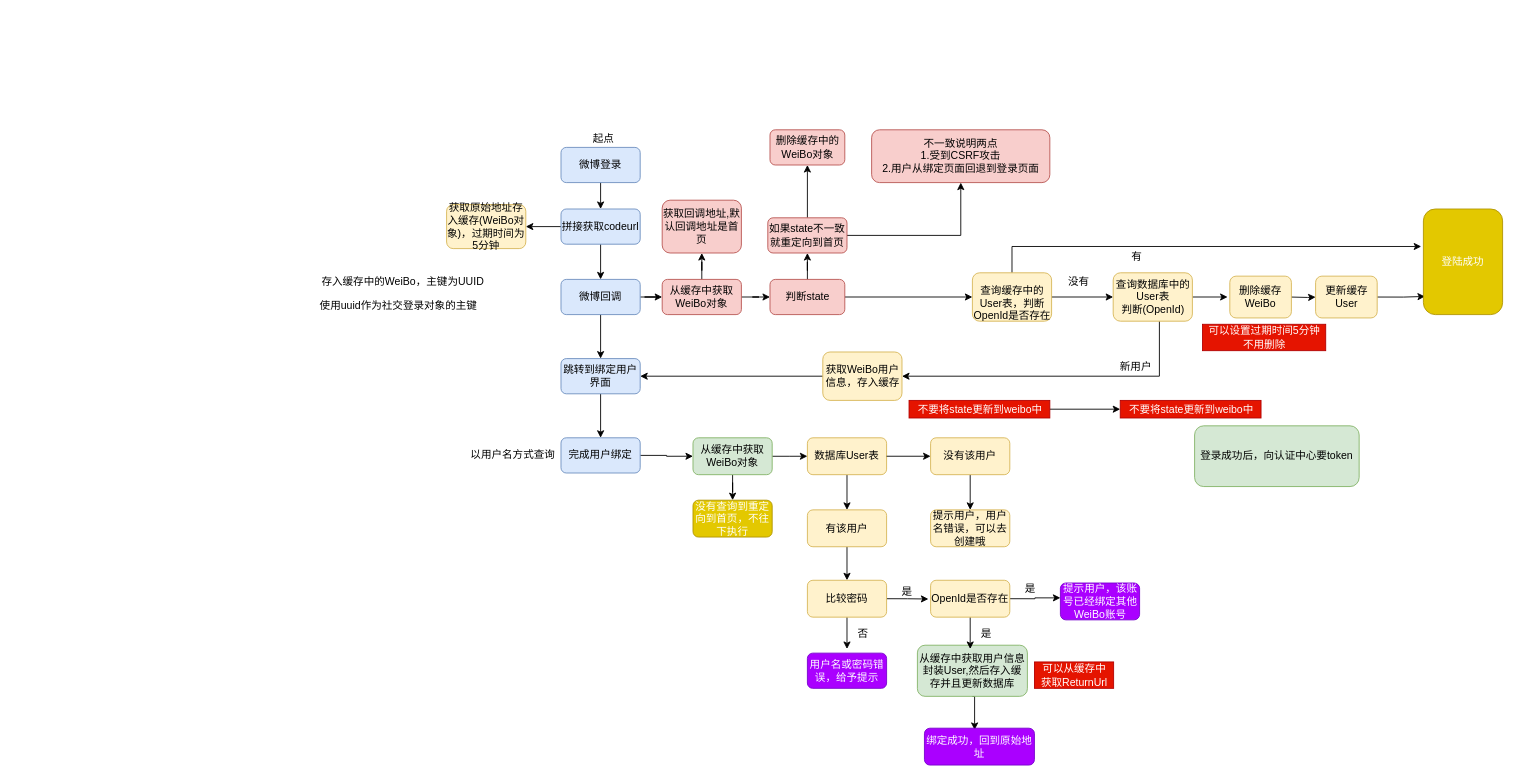
This is 用户登录流程图.drawio from guangyang1314666/passport, a draw.io file, before an edit. Source tidied: cells renumbered, new cells numbered last; positions are measured from the earlier drawing's top-left corner, leaving out a move shared by most shapes. Both pictures are drawn from the tidied source at 88%, with x=0, y=0 at pixel (314, 129).
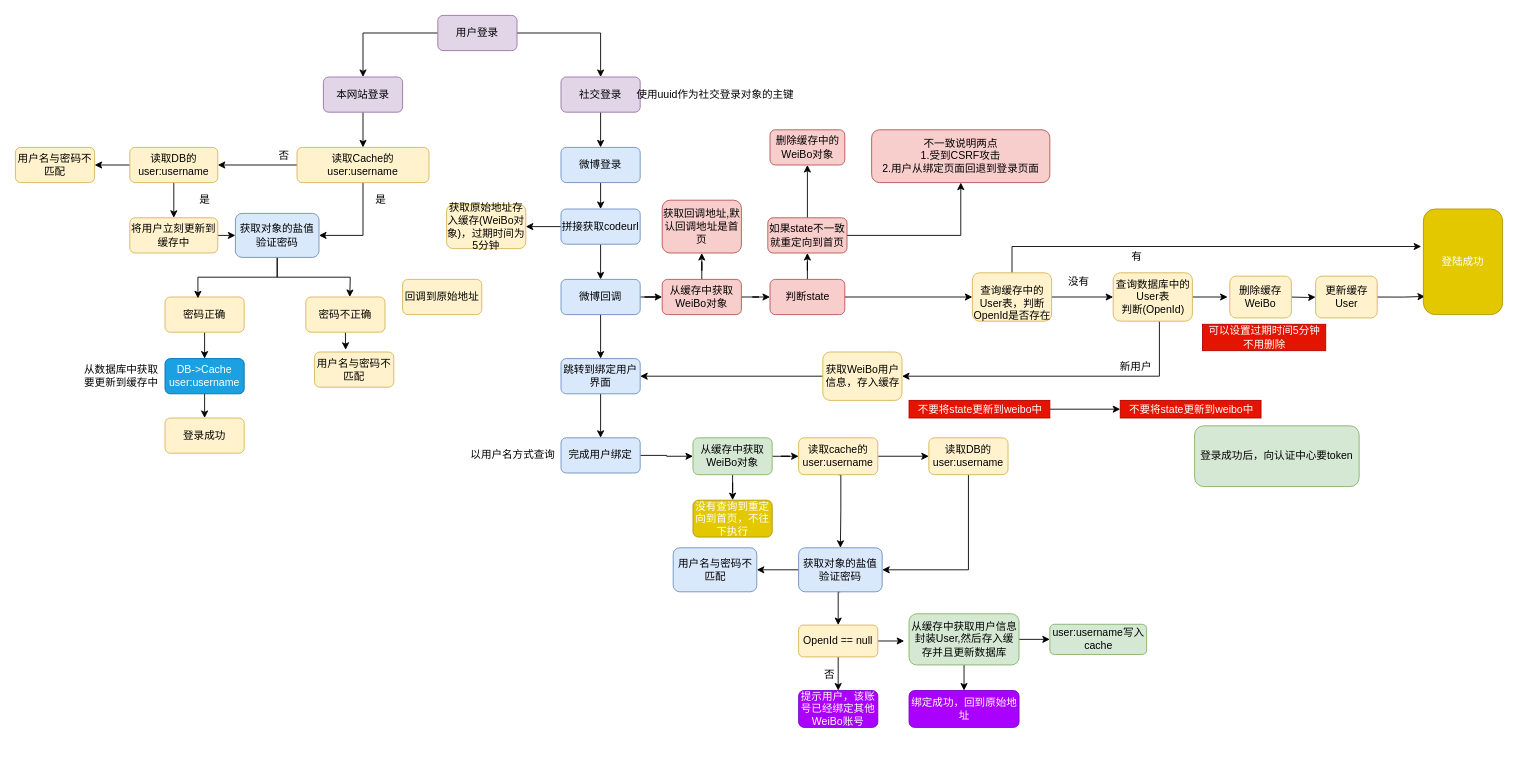
The same diagram, later.

The change refers to these unchanged cells:
```xml
<mxCell id="3" value="微博登录" style="rounded=1;whiteSpace=wrap;html=1;fillColor=#dae8fc;strokeColor=#6c8ebf;" parent="1" vertex="1">
  <mxGeometry x="280" y="20" width="90" height="40" as="geometry" />
</mxCell>
<mxCell id="50" value="从缓存中获取WeiBo对象&lt;br&gt;" style="rounded=1;whiteSpace=wrap;html=1;fillColor=#d5e8d4;strokeColor=#82b366;direction=west;" parent="1" vertex="1">
  <mxGeometry x="430" y="350" width="90" height="41.9" as="geometry" />
</mxCell>
```

What changed in the source:
```diff
@@
-    <mxCell id="30" value="起点" style="text;html=1;align=center;verticalAlign=middle;" parent="1" vertex="1">
-      <mxGeometry x="308" width="40" height="20" as="geometry" />
-    </mxCell>
@@
-    <mxCell id="41" style="edgeStyle=orthogonalEdgeStyle;rounded=0;jettySize=auto;html=1;exitX=0.5;exitY=0;exitDx=0;exitDy=0;startFill=0;" parent="1" edge="1" source="42" target="54">
+    <mxCell id="41" style="edgeStyle=orthogonalEdgeStyle;rounded=0;jettySize=auto;html=1;exitX=0.5;exitY=0;exitDx=0;exitDy=0;startFill=0;entryX=1;entryY=0.5;entryDx=0;entryDy=0;" parent="1" edge="1" source="42" target="115">
       <mxGeometry relative="1" as="geometry" />
     </mxCell>
-    <mxCell id="42" value="数据库User表" style="rounded=1;whiteSpace=wrap;html=1;fillColor=#fff2cc;strokeColor=#d6b656;direction=west;" parent="1" vertex="1">
-      <mxGeometry x="560" y="350" width="90" height="41.9" as="geometry" />
+    <mxCell id="42" value="读取DB的user:username" style="rounded=1;whiteSpace=wrap;html=1;fillColor=#fff2cc;strokeColor=#d6b656;direction=west;" parent="1" vertex="1">
+      <mxGeometry x="698" y="350" width="90" height="41.9" as="geometry" />
     </mxCell>
-    <mxCell id="43" style="edgeStyle=orthogonalEdgeStyle;rounded=0;jettySize=auto;html=1;startFill=0;" parent="1" edge="1" source="44" target="45">
-      <mxGeometry relative="1" as="geometry" />
-    </mxCell>
-    <mxCell id="44" value="没有该用户" style="rounded=1;whiteSpace=wrap;html=1;fillColor=#fff2cc;strokeColor=#d6b656;direction=west;" parent="1" vertex="1">
-      <mxGeometry x="700" y="350" width="90" height="41.9" as="geometry" />
-    </mxCell>
-    <mxCell id="45" value="提示用户，用户名错误，可以去创建哦" style="rounded=1;whiteSpace=wrap;html=1;fillColor=#fff2cc;strokeColor=#d6b656;direction=west;" parent="1" vertex="1">
-      <mxGeometry x="700" y="431.9" width="90" height="41.9" as="geometry" />
-    </mxCell>
-    <mxCell id="46" style="endArrow=classic;html=1;exitX=0;exitY=0.5;exitDx=0;exitDy=0;entryX=1;entryY=0.5;entryDx=0;entryDy=0;" parent="1" edge="1" source="42" target="44">
-      <mxGeometry relative="1" as="geometry" />
-    </mxCell>
@@
-    <mxCell id="49" style="edgeStyle=orthogonalEdgeStyle;rounded=0;jettySize=auto;html=1;entryX=1;entryY=0.5;entryDx=0;entryDy=0;" parent="1" edge="1" source="50" target="42">
-      <mxGeometry relative="1" as="geometry" />
-    </mxCell>
+    <mxCell id="80" style="edgeStyle=orthogonalEdgeStyle;rounded=0;jettySize=auto;html=1;" parent="1" edge="1" source="50" target="83">
+      <mxGeometry relative="1" as="geometry" />
+    </mxCell>
@@
+    <mxCell id="81" style="edgeStyle=orthogonalEdgeStyle;rounded=0;jettySize=auto;html=1;exitX=0;exitY=0.5;exitDx=0;exitDy=0;entryX=1;entryY=0.5;entryDx=0;entryDy=0;" parent="1" edge="1" source="83" target="42">
+      <mxGeometry relative="1" as="geometry" />
+    </mxCell>
+    <mxCell id="82" style="edgeStyle=orthogonalEdgeStyle;rounded=0;jettySize=auto;html=1;exitX=0.5;exitY=0;exitDx=0;exitDy=0;entryX=0.5;entryY=0;entryDx=0;entryDy=0;" parent="1" edge="1" source="83" target="115">
+      <mxGeometry relative="1" as="geometry">
+        <Array as="points">
+          <mxPoint x="598" y="392" />
+          <mxPoint x="598" y="433" />
+          <mxPoint x="598" y="433" />
+        </Array>
+      </mxGeometry>
+    </mxCell>
+    <mxCell id="83" value="&lt;span style=&quot;white-space: normal&quot;&gt;读取cache的user:username&lt;br&gt;&lt;/span&gt;" style="rounded=1;whiteSpace=wrap;html=1;fillColor=#fff2cc;strokeColor=#d6b656;direction=west;" parent="1" vertex="1">
+      <mxGeometry x="550" y="350" width="90" height="41.9" as="geometry" />
+    </mxCell>
@@
-    <mxCell id="52" value="存入缓存中的WeiBo，主键为UUID" style="text;html=1;align=center;verticalAlign=middle;" parent="1" vertex="1">
-      <mxGeometry y="162.5" width="200" height="20" as="geometry" />
-    </mxCell>
-    <mxCell id="53" style="edgeStyle=orthogonalEdgeStyle;rounded=0;jettySize=auto;html=1;exitX=0.5;exitY=0;exitDx=0;exitDy=0;entryX=0.5;entryY=1;entryDx=0;entryDy=0;" parent="1" edge="1" source="54" target="57">
-      <mxGeometry relative="1" as="geometry" />
-    </mxCell>
-    <mxCell id="54" value="有该用户" style="rounded=1;whiteSpace=wrap;html=1;fillColor=#fff2cc;strokeColor=#d6b656;direction=west;" parent="1" vertex="1">
-      <mxGeometry x="560" y="431.9" width="90" height="41.9" as="geometry" />
-    </mxCell>
-    <mxCell id="55" style="edgeStyle=orthogonalEdgeStyle;rounded=0;jettySize=auto;html=1;exitX=0;exitY=0.5;exitDx=0;exitDy=0;" parent="1" edge="1" source="57">
-      <mxGeometry relative="1" as="geometry">
-        <mxPoint x="697.5" y="533.2" as="targetPoint" />
-      </mxGeometry>
-    </mxCell>
-    <mxCell id="56" style="edgeStyle=orthogonalEdgeStyle;rounded=0;jettySize=auto;html=1;exitX=0.5;exitY=0;exitDx=0;exitDy=0;" parent="1" edge="1" source="57">
-      <mxGeometry relative="1" as="geometry">
-        <mxPoint x="605" y="590" as="targetPoint" />
-      </mxGeometry>
-    </mxCell>
-    <mxCell id="57" value="比较密码" style="rounded=1;whiteSpace=wrap;html=1;fillColor=#fff2cc;strokeColor=#d6b656;direction=west;" parent="1" vertex="1">
-      <mxGeometry x="560" y="511.9" width="90" height="41.9" as="geometry" />
-    </mxCell>
-    <mxCell id="58" style="edgeStyle=orthogonalEdgeStyle;rounded=0;jettySize=auto;html=1;exitX=0.5;exitY=0;exitDx=0;exitDy=0;entryX=0.5;entryY=0;entryDx=0;entryDy=0;" parent="1" edge="1" source="59">
-      <mxGeometry relative="1" as="geometry">
-        <mxPoint x="750" y="682" as="targetPoint" />
-      </mxGeometry>
-    </mxCell>
-    <mxCell id="59" value="从缓存中获取用户信息&lt;br&gt;封装User,然后存入缓存并且更新数据库" style="rounded=1;whiteSpace=wrap;html=1;fillColor=#d5e8d4;strokeColor=#82b366;direction=west;" parent="1" vertex="1">
-      <mxGeometry x="685" y="585.7" width="125" height="58.1" as="geometry" />
-    </mxCell>
-    <mxCell id="60" value="绑定成功，回到原始地址" style="rounded=1;whiteSpace=wrap;html=1;fillColor=#aa00ff;strokeColor=#7700CC;direction=west;fontColor=#ffffff;" parent="1" vertex="1">
-      <mxGeometry x="693" y="680" width="125" height="41.9" as="geometry" />
-    </mxCell>
-    <mxCell id="61" value="是" style="text;html=1;align=center;verticalAlign=middle;" parent="1" vertex="1">
-      <mxGeometry x="747.5" y="562.8" width="30" height="20" as="geometry" />
-    </mxCell>
-    <mxCell id="62" value="是" style="text;html=1;align=center;verticalAlign=middle;" parent="1" vertex="1">
-      <mxGeometry x="797.5" y="511.9" width="30" height="20" as="geometry" />
-    </mxCell>
-    <mxCell id="63" value="是" style="text;html=1;align=center;verticalAlign=middle;" parent="1" vertex="1">
-      <mxGeometry x="657.5" y="515" width="30" height="20" as="geometry" />
-    </mxCell>
-    <mxCell id="64" value="提示用户，该账号已经绑定其他WeiBo账号" style="rounded=1;whiteSpace=wrap;html=1;fillColor=#aa00ff;strokeColor=#7700CC;direction=west;fontColor=#ffffff;" parent="1" vertex="1">
-      <mxGeometry x="847.5" y="515" width="90" height="41.9" as="geometry" />
-    </mxCell>
-    <mxCell id="65" value="否" style="text;html=1;align=center;verticalAlign=middle;" parent="1" vertex="1">
-      <mxGeometry x="607.5" y="562.8" width="30" height="20" as="geometry" />
-    </mxCell>
-    <mxCell id="66" style="edgeStyle=orthogonalEdgeStyle;rounded=0;jettySize=auto;html=1;exitX=0.5;exitY=0;exitDx=0;exitDy=0;" parent="1" edge="1" source="68">
-      <mxGeometry relative="1" as="geometry">
-        <mxPoint x="745" y="590" as="targetPoint" />
-      </mxGeometry>
-    </mxCell>
-    <mxCell id="67" style="edgeStyle=orthogonalEdgeStyle;rounded=0;jettySize=auto;html=1;exitX=0;exitY=0.5;exitDx=0;exitDy=0;entryX=1;entryY=0.5;entryDx=0;entryDy=0;" parent="1" edge="1" source="68">
-      <mxGeometry relative="1" as="geometry">
-        <mxPoint x="847.5" y="531.9" as="targetPoint" />
-        <Array as="points">
-          <mxPoint x="818.5" y="533" />
-        </Array>
-      </mxGeometry>
-    </mxCell>
-    <mxCell id="68" value="OpenId是否存在" style="rounded=1;whiteSpace=wrap;html=1;fillColor=#fff2cc;strokeColor=#d6b656;direction=west;" parent="1" vertex="1">
-      <mxGeometry x="700" y="511.9" width="90" height="41.9" as="geometry" />
-    </mxCell>
-    <mxCell id="69" value="用户名或密码错误，给予提示" style="rounded=1;whiteSpace=wrap;html=1;fillColor=#aa00ff;strokeColor=#7700CC;direction=west;fontColor=#ffffff;" parent="1" vertex="1">
-      <mxGeometry x="560" y="594.7" width="90" height="40" as="geometry" />
-    </mxCell>
-    <mxCell id="70" value="使用uuid作为社交登录对象的主键" style="text;html=1;align=center;verticalAlign=middle;" parent="1" vertex="1">
-      <mxGeometry y="190" width="190" height="20" as="geometry" />
-    </mxCell>
@@
-    <mxCell id="74" value="可以从缓存中&lt;br&gt;获取ReturnUrl" style="text;html=1;align=center;verticalAlign=middle;fillColor=#e51400;strokeColor=#B20000;fontColor=#ffffff;" parent="1" vertex="1">
-      <mxGeometry x="818" y="604.7" width="90" height="30" as="geometry" />
-    </mxCell>
@@
+    <mxCell id="84" style="edgeStyle=orthogonalEdgeStyle;rounded=0;jettySize=auto;html=1;exitX=0.5;exitY=1;exitDx=0;exitDy=0;entryX=0.5;entryY=0;entryDx=0;entryDy=0;" parent="1" edge="1" source="85" target="3">
+      <mxGeometry relative="1" as="geometry" />
+    </mxCell>
+    <mxCell id="85" value="社交登录" style="rounded=1;whiteSpace=wrap;html=1;fillColor=#e1d5e7;strokeColor=#9673a6;" parent="1" vertex="1">
+      <mxGeometry x="280" y="-60" width="90" height="40" as="geometry" />
+    </mxCell>
+    <mxCell id="86" style="edgeStyle=orthogonalEdgeStyle;rounded=0;jettySize=auto;html=1;" parent="1" edge="1" source="87" target="90">
+      <mxGeometry relative="1" as="geometry" />
+    </mxCell>
+    <mxCell id="87" value="本网站登录" style="rounded=1;whiteSpace=wrap;html=1;fillColor=#e1d5e7;strokeColor=#9673a6;" parent="1" vertex="1">
+      <mxGeometry x="10" y="-60" width="90" height="40" as="geometry" />
+    </mxCell>
+    <mxCell id="88" style="edgeStyle=orthogonalEdgeStyle;rounded=0;jettySize=auto;html=1;entryX=1;entryY=0.5;entryDx=0;entryDy=0;" parent="1" edge="1" source="90" target="119">
+      <mxGeometry relative="1" as="geometry" />
+    </mxCell>
+    <mxCell id="89" style="edgeStyle=orthogonalEdgeStyle;rounded=0;jettySize=auto;html=1;" parent="1" edge="1" source="90" target="93">
+      <mxGeometry relative="1" as="geometry" />
+    </mxCell>
+    <mxCell id="90" value="读取Cache的user:username" style="rounded=1;whiteSpace=wrap;html=1;fillColor=#fff2cc;strokeColor=#d6b656;" parent="1" vertex="1">
+      <mxGeometry x="-20" y="20" width="150" height="40" as="geometry" />
+    </mxCell>
+    <mxCell id="91" style="edgeStyle=orthogonalEdgeStyle;rounded=0;jettySize=auto;html=1;exitX=0;exitY=0.5;exitDx=0;exitDy=0;entryX=1;entryY=0.5;entryDx=0;entryDy=0;" parent="1" edge="1" source="93" target="96">
+      <mxGeometry relative="1" as="geometry" />
+    </mxCell>
+    <mxCell id="92" style="edgeStyle=orthogonalEdgeStyle;rounded=0;jettySize=auto;html=1;" parent="1" edge="1" source="93" target="95">
+      <mxGeometry relative="1" as="geometry" />
+    </mxCell>
+    <mxCell id="93" value="读取DB的user:username" style="rounded=1;whiteSpace=wrap;html=1;fillColor=#fff2cc;strokeColor=#d6b656;" parent="1" vertex="1">
+      <mxGeometry x="-210" y="20" width="100" height="40" as="geometry" />
+    </mxCell>
+    <mxCell id="94" style="edgeStyle=orthogonalEdgeStyle;rounded=0;jettySize=auto;html=1;exitX=1;exitY=0.5;exitDx=0;exitDy=0;entryX=0;entryY=0.5;entryDx=0;entryDy=0;" parent="1" edge="1" source="95" target="119">
+      <mxGeometry relative="1" as="geometry" />
+    </mxCell>
+    <mxCell id="95" value="将用户立刻更新到缓存中" style="rounded=1;whiteSpace=wrap;html=1;fillColor=#fff2cc;strokeColor=#d6b656;" parent="1" vertex="1">
+      <mxGeometry x="-210" y="100" width="100" height="40" as="geometry" />
+    </mxCell>
+    <mxCell id="96" value="用户名与密码不匹配" style="rounded=1;whiteSpace=wrap;html=1;fillColor=#fff2cc;strokeColor=#d6b656;" parent="1" vertex="1">
+      <mxGeometry x="-340" y="20" width="90" height="40" as="geometry" />
+    </mxCell>
+    <mxCell id="97" style="edgeStyle=orthogonalEdgeStyle;rounded=0;jettySize=auto;html=1;exitX=0.5;exitY=1;exitDx=0;exitDy=0;entryX=0.5;entryY=0;entryDx=0;entryDy=0;" parent="1" edge="1" source="98" target="124">
+      <mxGeometry relative="1" as="geometry" />
+    </mxCell>
+    <mxCell id="98" value="密码正确" style="rounded=1;whiteSpace=wrap;html=1;fillColor=#fff2cc;strokeColor=#d6b656;" parent="1" vertex="1">
+      <mxGeometry x="-170" y="190" width="90" height="40" as="geometry" />
+    </mxCell>
+    <mxCell id="99" value="登录成功" style="rounded=1;whiteSpace=wrap;html=1;fillColor=#fff2cc;strokeColor=#d6b656;" parent="1" vertex="1">
+      <mxGeometry x="-170" y="327.5" width="90" height="40" as="geometry" />
+    </mxCell>
+    <mxCell id="100" style="edgeStyle=orthogonalEdgeStyle;rounded=0;jettySize=auto;html=1;exitX=1;exitY=0.5;exitDx=0;exitDy=0;entryX=0.5;entryY=0;entryDx=0;entryDy=0;" parent="1" edge="1" source="102" target="85">
+      <mxGeometry relative="1" as="geometry" />
+    </mxCell>
+    <mxCell id="101" style="edgeStyle=orthogonalEdgeStyle;rounded=0;jettySize=auto;html=1;exitX=0;exitY=0.5;exitDx=0;exitDy=0;entryX=0.5;entryY=0;entryDx=0;entryDy=0;" parent="1" edge="1" source="102" target="87">
+      <mxGeometry relative="1" as="geometry" />
+    </mxCell>
+    <mxCell id="102" value="用户登录" style="rounded=1;whiteSpace=wrap;html=1;fillColor=#e1d5e7;strokeColor=#9673a6;" parent="1" vertex="1">
+      <mxGeometry x="140" y="-130" width="90" height="40" as="geometry" />
+    </mxCell>
+    <mxCell id="70" value="使用uuid作为社交登录对象的主键" style="text;html=1;align=center;verticalAlign=middle;" parent="1" vertex="1">
+      <mxGeometry x="360" y="-50" width="190" height="20" as="geometry" />
+    </mxCell>
+    <mxCell id="103" value="是" style="text;html=1;align=center;verticalAlign=middle;" parent="1" vertex="1">
+      <mxGeometry x="60" y="70" width="30" height="20" as="geometry" />
+    </mxCell>
+    <mxCell id="104" value="否" style="text;html=1;align=center;verticalAlign=middle;" parent="1" vertex="1">
+      <mxGeometry x="-50" y="20" width="30" height="20" as="geometry" />
+    </mxCell>
+    <mxCell id="105" value="是" style="text;html=1;align=center;verticalAlign=middle;" parent="1" vertex="1">
+      <mxGeometry x="-140" y="70" width="30" height="20" as="geometry" />
+    </mxCell>
+    <mxCell id="106" style="edgeStyle=orthogonalEdgeStyle;rounded=0;jettySize=auto;html=1;exitX=0.5;exitY=0;exitDx=0;exitDy=0;entryX=0.5;entryY=1;entryDx=0;entryDy=0;" parent="1" edge="1" source="59" target="60">
+      <mxGeometry relative="1" as="geometry" />
+    </mxCell>
+    <mxCell id="107" style="edgeStyle=orthogonalEdgeStyle;rounded=0;jettySize=auto;html=1;exitX=0;exitY=0.5;exitDx=0;exitDy=0;entryX=1;entryY=0.5;entryDx=0;entryDy=0;" parent="1" edge="1" source="59" target="108">
+      <mxGeometry relative="1" as="geometry" />
+    </mxCell>
+    <mxCell id="59" value="从缓存中获取用户信息&lt;br&gt;封装User,然后存入缓存并且更新数据库" style="rounded=1;whiteSpace=wrap;html=1;fillColor=#d5e8d4;strokeColor=#82b366;direction=west;" parent="1" vertex="1">
+      <mxGeometry x="675.5" y="550" width="125" height="58.1" as="geometry" />
+    </mxCell>
+    <mxCell id="108" value="user:username写入cache" style="rounded=1;whiteSpace=wrap;html=1;fillColor=#d5e8d4;strokeColor=#82b366;direction=west;" parent="1" vertex="1">
+      <mxGeometry x="835.5" y="561.9" width="110" height="34.3" as="geometry" />
+    </mxCell>
+    <mxCell id="60" value="绑定成功，回到原始地址" style="rounded=1;whiteSpace=wrap;html=1;fillColor=#aa00ff;strokeColor=#7700CC;direction=west;fontColor=#ffffff;" parent="1" vertex="1">
+      <mxGeometry x="675.5" y="637.2" width="125" height="41.9" as="geometry" />
+    </mxCell>
+    <mxCell id="64" value="提示用户，该账号已经绑定其他WeiBo账号" style="rounded=1;whiteSpace=wrap;html=1;fillColor=#aa00ff;strokeColor=#7700CC;direction=west;fontColor=#ffffff;" parent="1" vertex="1">
+      <mxGeometry x="550" y="637.2" width="90" height="41.9" as="geometry" />
+    </mxCell>
+    <mxCell id="109" style="edgeStyle=orthogonalEdgeStyle;rounded=0;jettySize=auto;html=1;exitX=0.5;exitY=0;exitDx=0;exitDy=0;entryX=0.5;entryY=1;entryDx=0;entryDy=0;" parent="1" edge="1" source="111" target="64">
+      <mxGeometry relative="1" as="geometry" />
+    </mxCell>
+    <mxCell id="110" style="edgeStyle=orthogonalEdgeStyle;rounded=0;jettySize=auto;html=1;exitX=0;exitY=0.5;exitDx=0;exitDy=0;" parent="1" edge="1" source="111">
+      <mxGeometry relative="1" as="geometry">
+        <mxPoint x="670" y="580.9" as="targetPoint" />
+      </mxGeometry>
+    </mxCell>
+    <mxCell id="111" value="OpenId == null" style="rounded=1;whiteSpace=wrap;html=1;fillColor=#fff2cc;strokeColor=#d6b656;direction=west;" parent="1" vertex="1">
+      <mxGeometry x="550" y="562.8" width="90" height="36.2" as="geometry" />
+    </mxCell>
+    <mxCell id="112" value="否" style="text;html=1;align=center;verticalAlign=middle;" parent="1" vertex="1">
+      <mxGeometry x="570" y="609.1" width="30" height="20" as="geometry" />
+    </mxCell>
+    <mxCell id="113" style="edgeStyle=orthogonalEdgeStyle;rounded=0;jettySize=auto;html=1;" parent="1" edge="1" source="115" target="116">
+      <mxGeometry relative="1" as="geometry" />
+    </mxCell>
+    <mxCell id="114" style="edgeStyle=orthogonalEdgeStyle;rounded=0;jettySize=auto;html=1;exitX=0.5;exitY=1;exitDx=0;exitDy=0;entryX=0.5;entryY=1;entryDx=0;entryDy=0;" parent="1" edge="1" source="115" target="111">
+      <mxGeometry relative="1" as="geometry" />
+    </mxCell>
+    <mxCell id="115" value="获取对象的盐值&lt;br&gt;验证密码" style="rounded=1;whiteSpace=wrap;html=1;fillColor=#dae8fc;strokeColor=#6c8ebf;" parent="1" vertex="1">
+      <mxGeometry x="550" y="475" width="95" height="50" as="geometry" />
+    </mxCell>
+    <mxCell id="116" value="用户名与密码不匹配" style="rounded=1;whiteSpace=wrap;html=1;fillColor=#dae8fc;strokeColor=#6c8ebf;" parent="1" vertex="1">
+      <mxGeometry x="407.5" y="475" width="95" height="50" as="geometry" />
+    </mxCell>
+    <mxCell id="117" style="edgeStyle=orthogonalEdgeStyle;rounded=0;jettySize=auto;html=1;exitX=0.5;exitY=1;exitDx=0;exitDy=0;entryX=0.416;entryY=0.038;entryDx=0;entryDy=0;entryPerimeter=0;" parent="1" edge="1" source="119" target="98">
+      <mxGeometry relative="1" as="geometry" />
+    </mxCell>
+    <mxCell id="118" style="edgeStyle=orthogonalEdgeStyle;rounded=0;jettySize=auto;html=1;exitX=0.5;exitY=1;exitDx=0;exitDy=0;" parent="1" edge="1" source="119">
+      <mxGeometry relative="1" as="geometry">
+        <mxPoint x="40" y="190" as="targetPoint" />
+      </mxGeometry>
+    </mxCell>
+    <mxCell id="119" value="获取对象的盐值&lt;br&gt;验证密码" style="rounded=1;whiteSpace=wrap;html=1;fillColor=#dae8fc;strokeColor=#6c8ebf;" parent="1" vertex="1">
+      <mxGeometry x="-90" y="95" width="95" height="50" as="geometry" />
+    </mxCell>
+    <mxCell id="120" value="回调到原始地址" style="rounded=1;whiteSpace=wrap;html=1;fillColor=#fff2cc;strokeColor=#d6b656;" parent="1" vertex="1">
+      <mxGeometry x="100" y="170" width="90" height="40" as="geometry" />
+    </mxCell>
+    <mxCell id="121" style="edgeStyle=orthogonalEdgeStyle;rounded=0;jettySize=auto;html=1;exitX=0.5;exitY=1;exitDx=0;exitDy=0;" parent="1" edge="1" source="122">
+      <mxGeometry relative="1" as="geometry">
+        <mxPoint x="35.3" y="250" as="targetPoint" />
+      </mxGeometry>
+    </mxCell>
+    <mxCell id="122" value="密码不正确" style="rounded=1;whiteSpace=wrap;html=1;fillColor=#fff2cc;strokeColor=#d6b656;" parent="1" vertex="1">
+      <mxGeometry x="-10" y="190" width="90" height="40" as="geometry" />
+    </mxCell>
+    <mxCell id="123" style="edgeStyle=orthogonalEdgeStyle;rounded=0;jettySize=auto;html=1;exitX=0.5;exitY=1;exitDx=0;exitDy=0;entryX=0.5;entryY=0;entryDx=0;entryDy=0;" parent="1" edge="1" source="124" target="99">
+      <mxGeometry relative="1" as="geometry" />
+    </mxCell>
+    <mxCell id="124" value="DB-&amp;gt;Cache&lt;br&gt;user:username" style="rounded=1;whiteSpace=wrap;html=1;fillColor=#1ba1e2;strokeColor=#006EAF;fontColor=#ffffff;" parent="1" vertex="1">
+      <mxGeometry x="-170" y="260" width="90" height="40" as="geometry" />
+    </mxCell>
+    <mxCell id="125" value="从数据库中获取&lt;br&gt;要更新到缓存中" style="text;html=1;align=center;verticalAlign=middle;" parent="1" vertex="1">
+      <mxGeometry x="-270" y="265" width="100" height="30" as="geometry" />
+    </mxCell>
+    <mxCell id="126" value="用户名与密码不匹配" style="rounded=1;whiteSpace=wrap;html=1;fillColor=#fff2cc;strokeColor=#d6b656;" parent="1" vertex="1">
+      <mxGeometry y="252.5" width="90" height="40" as="geometry" />
+    </mxCell>
```
